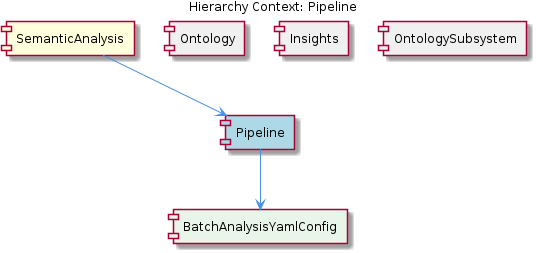
Before: knowledge-management/insights/images/pipeline-relationship.png, a diagram exported from PlantUML (fwornle/coding). Its source is kept beside it as .data/knowledge-graph/insights/puml/pipeline-relationship.puml.
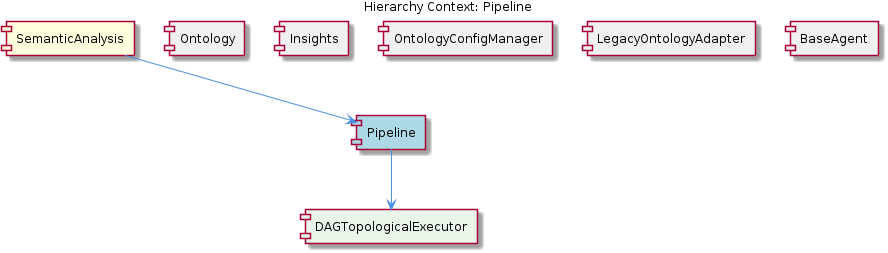
Later version of the same file.

Diff of the diagram source:
```diff
@@ -7,13 +7,17 @@
 [Pipeline] as pipeline #LightBlue
 [Ontology] as ontology #F0F0F0
 [Insights] as insights #F0F0F0
-[OntologySubsystem] as ontology_subsystem #F0F0F0
-[BatchAnalysisYamlConfig] as batch_analysis_yaml_config #E8F5E8
+[OntologyConfigManager] as ontology_config_manager #F0F0F0
+[LegacyOntologyAdapter] as legacy_ontology_adapter #F0F0F0
+[BaseAgent] as base_agent #F0F0F0
+[DAGTopologicalExecutor] as dagtopological_executor #E8F5E8
 
 semantic_analysis --> pipeline
 ontology -[hidden]- pipeline
 insights -[hidden]- pipeline
-ontology_subsystem -[hidden]- pipeline
-pipeline --> batch_analysis_yaml_config
+ontology_config_manager -[hidden]- pipeline
+legacy_ontology_adapter -[hidden]- pipeline
+base_agent -[hidden]- pipeline
+pipeline --> dagtopological_executor
 
 @enduml
```
